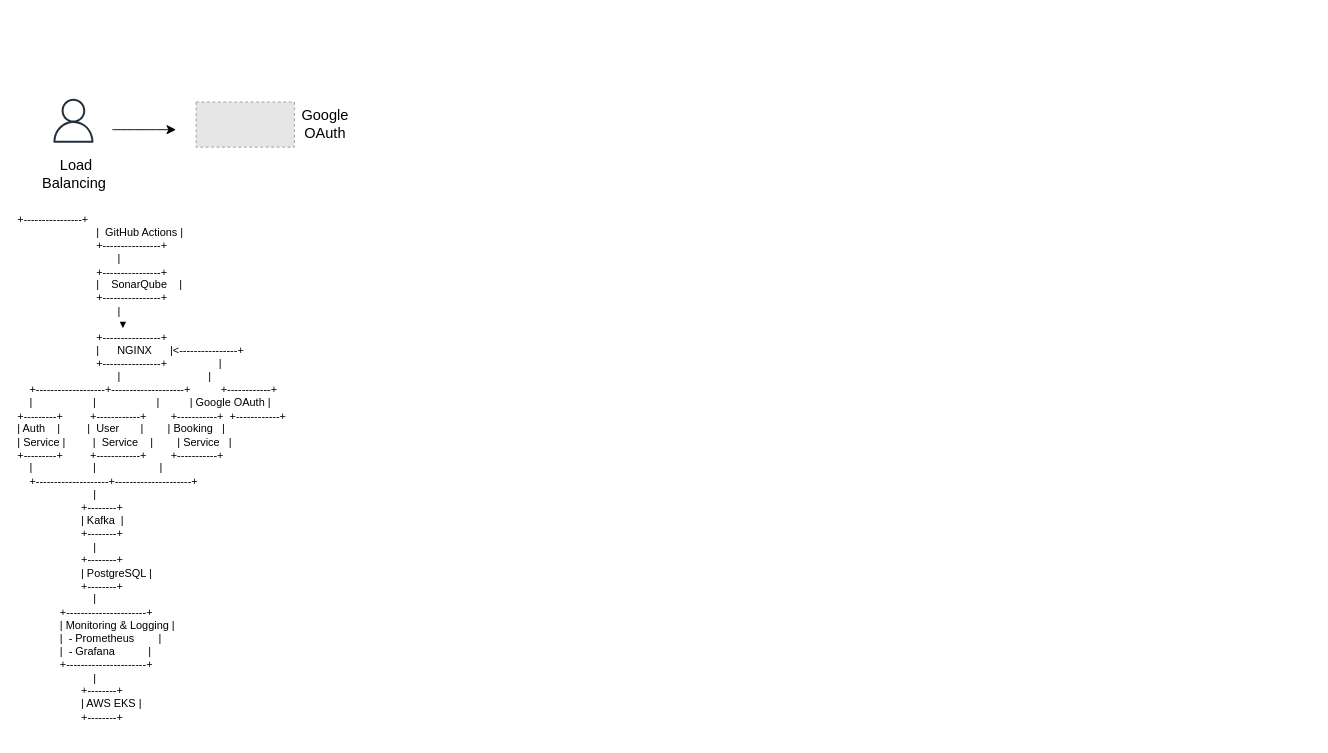
This is architecture-technique.drawio from Abirchouchene/Mini-Projet-DevOps-Tools, a draw.io file, before an edit. Source tidied: cells renumbered, new cells numbered last; positions are measured from the earlier drawing's top-left corner, leaving out a move shared by most shapes. Both pictures are drawn from the tidied source at 91%, with x=0, y=0 at pixel (15, 98). Pictures stored in the file or linked from it are replaced by grey dashed boxes.
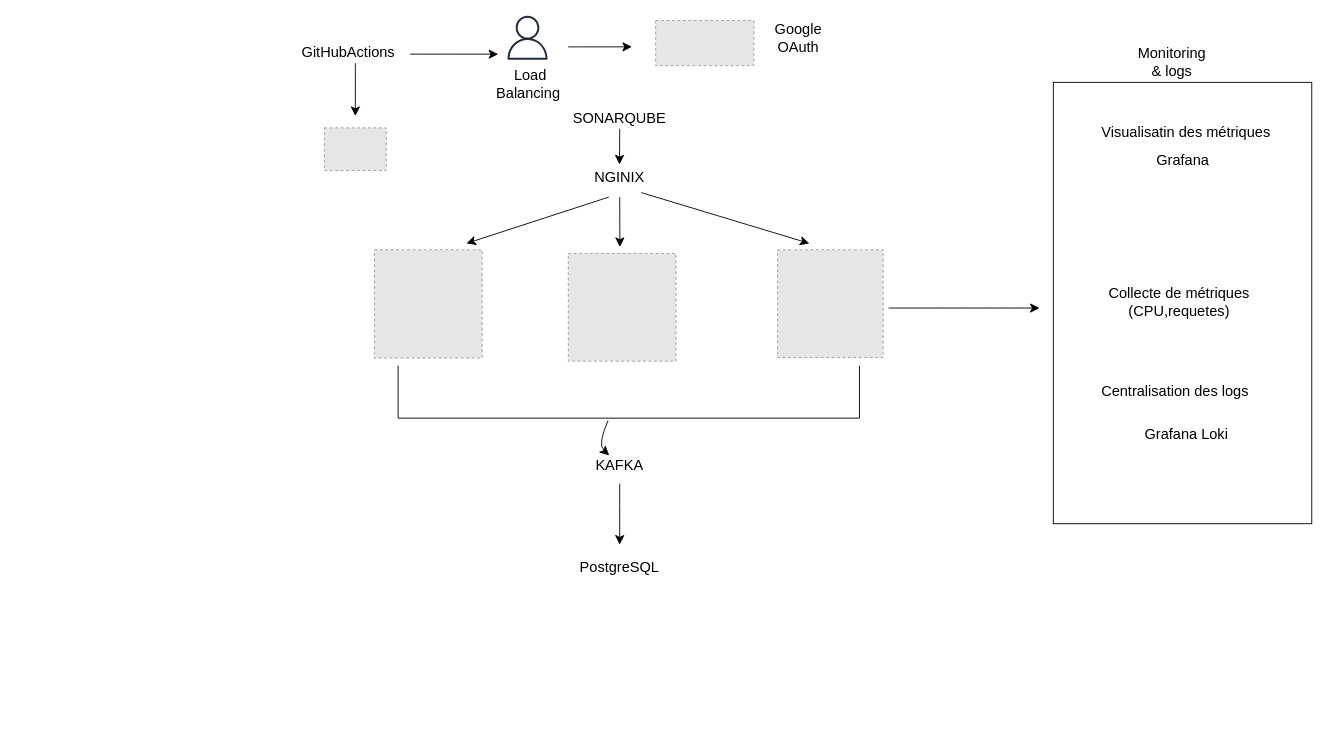
Above is the later version.

Commit message (it also covers changes not shown here):
Mettre à jour architecture-technique.drawio

Diff of the diagram source:
```diff
@@
     <mxCell id="2" style="fillColor=#E6E6E6;strokeColor=#999999;dashed=1;verticalLabelPosition=bottom;labelBackgroundColor=default;verticalAlign=top;" parent="1" vertex="1">
-      <mxGeometry x="198" y="3.6" width="108" height="49.6" as="geometry" />
+      <mxGeometry x="703" y="-86" width="108" height="49.6" as="geometry" />
     </mxCell>
     <mxCell id="3" value="Google OAuth" style="text;strokeColor=none;fillColor=none;html=1;align=center;verticalAlign=middle;whiteSpace=wrap;rounded=0;fontSize=16;" parent="1" vertex="1">
-      <mxGeometry x="310" y="13.4" width="60" height="30" as="geometry" />
+      <mxGeometry x="830" y="-82" width="60" height="30" as="geometry" />
     </mxCell>
     <mxCell id="4" style="sketch=0;fontColor=#232F3E;gradientColor=none;fillColor=#232F3D;strokeColor=none;dashed=0;verticalLabelPosition=bottom;verticalAlign=top;align=center;html=1;fontSize=12;fontStyle=0;shape=mxgraph.aws4.user;" parent="1" vertex="1">
-      <mxGeometry x="39" width="48.4" height="48.4" as="geometry" />
+      <mxGeometry x="538" y="-91.2" width="48.4" height="48.4" as="geometry" />
     </mxCell>
     <mxCell id="5" value="Load Balancing&amp;nbsp;" style="text;strokeColor=none;fillColor=none;html=1;align=center;verticalAlign=middle;whiteSpace=wrap;rounded=0;fontSize=16;" parent="1" vertex="1">
-      <mxGeometry x="43" y="71" width="47" height="24" as="geometry" />
+      <mxGeometry x="542" y="-28" width="47" height="24" as="geometry" />
     </mxCell>
     <mxCell id="6" style="endArrow=classic;html=1;rounded=0;fontSize=12;startSize=8;endSize=8;curved=1;" parent="1" edge="1">
       <mxGeometry relative="1" as="geometry">
-        <mxPoint x="106" y="34" as="sourcePoint" />
-        <mxPoint x="176" y="34" as="targetPoint" />
+        <mxPoint x="607" y="-57" as="sourcePoint" />
+        <mxPoint x="677" y="-57" as="targetPoint" />
       </mxGeometry>
     </mxCell>
-    <mxCell id="7" value="+----------------+&#10;                          |  GitHub Actions |&#10;                          +----------------+&#10;                                 |&#10;                          +----------------+&#10;                          |    SonarQube    |&#10;                          +----------------+&#10;                                 |&#10;                                 ▼&#10;                          +----------------+&#10;                          |      NGINX      |&lt;----------------+&#10;                          +----------------+                 |&#10;                                 |                             |&#10;    +-------------------+--------------------+          +------------+&#10;    |                    |                    |          | Google OAuth |&#10;+---------+         +------------+        +-----------+  +------------+&#10;| Auth    |         |  User       |        | Booking   |&#10;| Service |         |  Service    |        | Service   |&#10;+---------+         +------------+        +-----------+&#10;    |                    |                     |&#10;    +--------------------+---------------------+&#10;                         |&#10;                     +--------+&#10;                     | Kafka  |&#10;                     +--------+&#10;                         |&#10;                     +--------+&#10;                     | PostgreSQL |&#10;                     +--------+&#10;                         |&#10;              +----------------------+&#10;              | Monitoring &amp; Logging |&#10;              |  - Prometheus        |&#10;              |  - Grafana           |&#10;              +----------------------+&#10;                         |&#10;                     +--------+&#10;                     | AWS EKS |&#10;                     +--------+" style="text;whiteSpace=wrap;" parent="1" vertex="1">
-      <mxGeometry y="119" width="312.4" height="584" as="geometry" />
-    </mxCell>
+    <mxCell id="8" style="fillColor=#E6E6E6;strokeColor=#999999;dashed=1;verticalLabelPosition=bottom;labelBackgroundColor=default;verticalAlign=top;" parent="1" vertex="1">
+      <mxGeometry x="394" y="166" width="118.4" height="119" as="geometry" />
+    </mxCell>
+    <mxCell id="9" style="fillColor=#E6E6E6;strokeColor=#999999;dashed=1;verticalLabelPosition=bottom;labelBackgroundColor=default;verticalAlign=top;" parent="1" vertex="1">
+      <mxGeometry x="607" y="170" width="118.4" height="118.4" as="geometry" />
+    </mxCell>
+    <mxCell id="10" style="fillColor=#E6E6E6;strokeColor=#999999;dashed=1;verticalLabelPosition=bottom;labelBackgroundColor=default;verticalAlign=top;" parent="1" vertex="1">
+      <mxGeometry x="837" y="166" width="116" height="118.4" as="geometry" />
+    </mxCell>
+    <mxCell id="11" style="edgeStyle=none;curved=1;rounded=0;jettySize=auto;html=1;fontSize=12;startSize=8;endSize=8;exitX=0.25;exitY=1;exitDx=0;exitDy=0;" parent="1" edge="1" source="14">
+      <mxGeometry relative="1" as="geometry">
+        <mxPoint x="495" y="159" as="targetPoint" />
+      </mxGeometry>
+    </mxCell>
+    <mxCell id="12" style="edgeStyle=none;curved=1;rounded=0;jettySize=auto;html=1;fontSize=12;startSize=8;endSize=8;" parent="1" edge="1" source="14">
+      <mxGeometry relative="1" as="geometry">
+        <mxPoint x="872" y="159" as="targetPoint" />
+      </mxGeometry>
+    </mxCell>
+    <mxCell id="13" style="edgeStyle=none;curved=1;rounded=0;jettySize=auto;html=1;exitX=0.5;exitY=1;exitDx=0;exitDy=0;fontSize=12;startSize=8;endSize=8;" parent="1" edge="1" source="14">
+      <mxGeometry relative="1" as="geometry">
+        <mxPoint x="663.7" y="162.9" as="targetPoint" />
+      </mxGeometry>
+    </mxCell>
+    <mxCell id="14" value="NGINIX&lt;div&gt;&lt;br&gt;&lt;/div&gt;" style="text;strokeColor=none;fillColor=none;html=1;align=center;verticalAlign=middle;whiteSpace=wrap;rounded=0;fontSize=16;" parent="1" vertex="1">
+      <mxGeometry x="640" y="84" width="47" height="24" as="geometry" />
+    </mxCell>
+    <mxCell id="15" style="edgeStyle=none;curved=1;rounded=0;jettySize=auto;html=1;exitX=0.5;exitY=1;exitDx=0;exitDy=0;fontSize=12;startSize=8;endSize=8;" parent="1" edge="1" source="16">
+      <mxGeometry relative="1" as="geometry">
+        <mxPoint x="663.3" y="72.2" as="targetPoint" />
+      </mxGeometry>
+    </mxCell>
+    <mxCell id="16" value="&lt;div&gt;SONARQUBE&lt;/div&gt;" style="text;strokeColor=none;fillColor=none;html=1;align=center;verticalAlign=middle;whiteSpace=wrap;rounded=0;fontSize=16;" parent="1" vertex="1">
+      <mxGeometry x="640" y="9" width="47" height="24" as="geometry" />
+    </mxCell>
+    <mxCell id="17" style="edgeStyle=none;curved=1;rounded=0;jettySize=auto;html=1;exitX=0.5;exitY=1;exitDx=0;exitDy=0;fontSize=12;startSize=8;endSize=8;" parent="1" edge="1" source="18" target="19">
+      <mxGeometry relative="1" as="geometry" />
+    </mxCell>
+    <mxCell id="18" value="&lt;div&gt;KAFKA&lt;/div&gt;" style="text;strokeColor=none;fillColor=none;html=1;align=center;verticalAlign=middle;whiteSpace=wrap;rounded=0;fontSize=16;" parent="1" vertex="1">
+      <mxGeometry x="640" y="380" width="47" height="43" as="geometry" />
+    </mxCell>
+    <mxCell id="19" value="&lt;div&gt;PostgreSQL&lt;/div&gt;" style="text;strokeColor=none;fillColor=none;html=1;align=center;verticalAlign=middle;whiteSpace=wrap;rounded=0;fontSize=16;" parent="1" vertex="1">
+      <mxGeometry x="640" y="490" width="47" height="50" as="geometry" />
+    </mxCell>
+    <mxCell id="20" value="GitHubActions" style="text;strokeColor=none;fillColor=none;html=1;align=center;verticalAlign=middle;whiteSpace=wrap;rounded=0;fontSize=16;" parent="1" vertex="1">
+      <mxGeometry x="342" y="-63" width="47" height="24" as="geometry" />
+    </mxCell>
+    <mxCell id="21" style="shape=partialRectangle;whiteSpace=wrap;html=1;bottom=1;right=1;left=1;top=0;fillColor=none;routingCenterX=-0.5;" parent="1" vertex="1">
+      <mxGeometry x="420" y="294" width="507" height="57" as="geometry" />
+    </mxCell>
+    <mxCell id="22" style="endArrow=classic;html=1;rounded=0;fontSize=12;startSize=8;endSize=8;curved=1;exitX=0.455;exitY=1.047;exitDx=0;exitDy=0;exitPerimeter=0;" parent="1" edge="1" source="21">
+      <mxGeometry relative="1" as="geometry">
+        <mxPoint x="652" y="392" as="targetPoint" />
+        <Array as="points">
+          <mxPoint x="639" y="380" />
+        </Array>
+      </mxGeometry>
+    </mxCell>
+    <mxCell id="23" style="endArrow=classic;html=1;rounded=0;fontSize=12;startSize=8;endSize=8;curved=1;" parent="1" edge="1">
+      <mxGeometry relative="1" as="geometry">
+        <mxPoint x="959" y="230" as="sourcePoint" />
+        <mxPoint x="1125" y="230" as="targetPoint" />
+      </mxGeometry>
+    </mxCell>
+    <mxCell id="24" style="rounded=0;whiteSpace=wrap;html=1;" parent="1" vertex="1">
+      <mxGeometry x="1140" y="-18" width="284" height="485" as="geometry" />
+    </mxCell>
+    <mxCell id="25" value="&lt;div&gt;Grafana&lt;/div&gt;" style="text;strokeColor=none;fillColor=none;html=1;align=center;verticalAlign=middle;whiteSpace=wrap;rounded=0;fontSize=16;" parent="1" vertex="1">
+      <mxGeometry x="1258.5" y="55" width="47" height="24" as="geometry" />
+    </mxCell>
+    <mxCell id="26" value="&lt;div&gt;Grafana Loki&lt;/div&gt;&lt;div&gt;&lt;br&gt;&lt;/div&gt;" style="text;strokeColor=none;fillColor=none;html=1;align=center;verticalAlign=middle;whiteSpace=wrap;rounded=0;fontSize=16;" parent="1" vertex="1">
+      <mxGeometry x="1222.5" y="372" width="127" height="12" as="geometry" />
+    </mxCell>
+    <mxCell id="27" value="&lt;div&gt;Monitoring &amp;amp; logs&lt;/div&gt;" style="text;strokeColor=none;fillColor=none;html=1;align=center;verticalAlign=middle;whiteSpace=wrap;rounded=0;fontSize=16;" parent="1" vertex="1">
+      <mxGeometry x="1247" y="-52" width="47" height="24" as="geometry" />
+    </mxCell>
+    <mxCell id="28" value="&lt;div&gt;Visualisatin des métriques&lt;/div&gt;" style="text;strokeColor=none;fillColor=none;html=1;align=center;verticalAlign=middle;whiteSpace=wrap;rounded=0;fontSize=16;" parent="1" vertex="1">
+      <mxGeometry x="1160" y="24" width="252" height="24" as="geometry" />
+    </mxCell>
+    <mxCell id="29" value="&lt;div&gt;Centralisation des logs&lt;/div&gt;" style="text;strokeColor=none;fillColor=none;html=1;align=center;verticalAlign=middle;whiteSpace=wrap;rounded=0;fontSize=16;" parent="1" vertex="1">
+      <mxGeometry x="1148" y="308" width="252" height="26.5" as="geometry" />
+    </mxCell>
+    <mxCell id="30" value="&lt;div&gt;Collecte de métriques (CPU,requetes)&lt;/div&gt;" style="text;strokeColor=none;fillColor=none;html=1;align=center;verticalAlign=middle;whiteSpace=wrap;rounded=0;fontSize=16;" parent="1" vertex="1">
+      <mxGeometry x="1150" y="199" width="257" height="47" as="geometry" />
+    </mxCell>
+    <mxCell id="31" style="fillColor=#E6E6E6;strokeColor=#999999;dashed=1;verticalLabelPosition=bottom;labelBackgroundColor=default;verticalAlign=top;" parent="1" vertex="1">
+      <mxGeometry x="339" y="32" width="68" height="47" as="geometry" />
+    </mxCell>
+    <mxCell id="32" style="endArrow=classic;html=1;rounded=0;fontSize=12;startSize=8;endSize=8;curved=1;" parent="1" edge="1">
+      <mxGeometry relative="1" as="geometry">
+        <mxPoint x="373" y="-39" as="sourcePoint" />
+        <mxPoint x="373" y="19" as="targetPoint" />
+        <Array as="points">
+          <mxPoint x="373" y="-35" />
+        </Array>
+      </mxGeometry>
+    </mxCell>
+    <mxCell id="33" style="endArrow=classic;html=1;rounded=0;fontSize=12;startSize=8;endSize=8;curved=1;" parent="1" edge="1">
+      <mxGeometry relative="1" as="geometry">
+        <mxPoint x="433" y="-49" as="sourcePoint" />
+        <mxPoint x="530" y="-49" as="targetPoint" />
+      </mxGeometry>
+    </mxCell>
```
